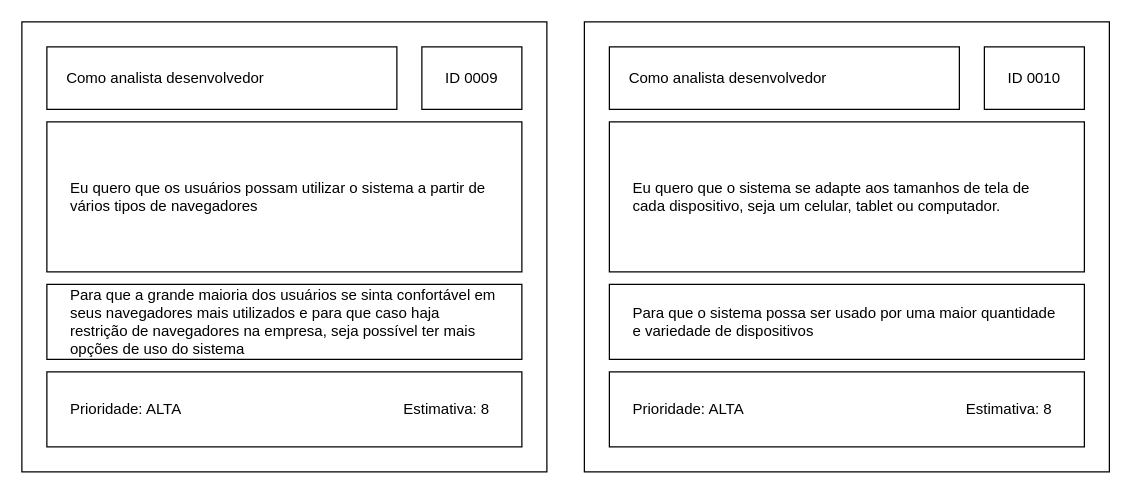
Earlier version of the draw.io diagram sigo-docs/Historias/ACESSIBILIDADE.drawio (Ramonrune/tcc-puc-minas-sigo). Source tidied: cells renumbered, new cells numbered last; positions are measured from the earlier drawing's top-left corner, leaving out a move shared by most shapes. Both pictures are drawn from the tidied source at 125%, with x=0, y=0 at pixel (21, 21).
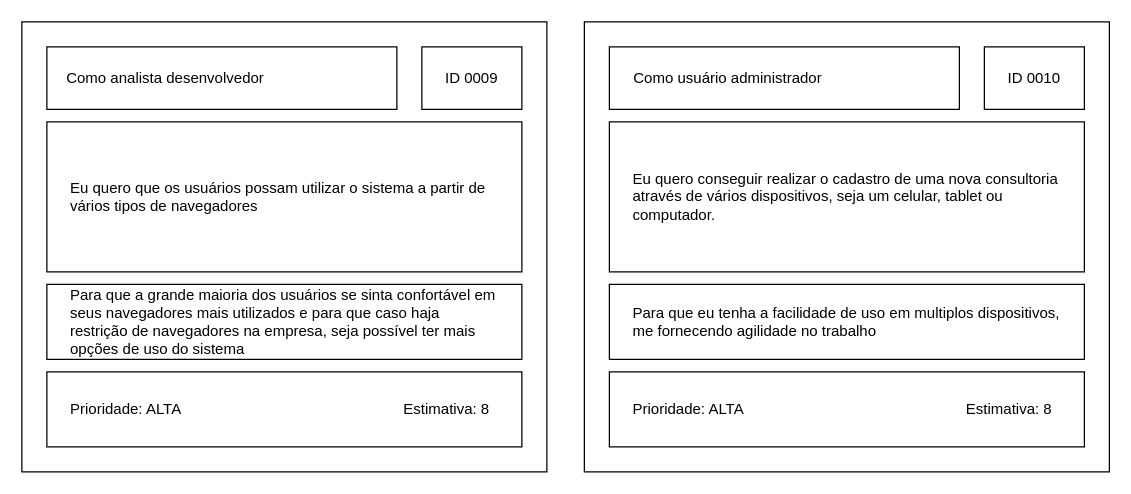
The same diagram, later.

Change to the diagram source:
```diff
@@
 <mxGraphModel>
   <root>
     <mxCell id="0" />
     <mxCell id="1" parent="0" />
     <mxCell id="2" style="rounded=0;whiteSpace=wrap;html=1;" parent="1" vertex="1">
       <mxGeometry width="420" height="360" as="geometry" />
     </mxCell>
     <mxCell id="3" style="rounded=0;whiteSpace=wrap;html=1;" parent="1" vertex="1">
       <mxGeometry x="20" y="20" width="280" height="50" as="geometry" />
     </mxCell>
     <mxCell id="4" style="rounded=0;whiteSpace=wrap;html=1;" parent="1" vertex="1">
       <mxGeometry x="320" y="20" width="80" height="50" as="geometry" />
     </mxCell>
     <mxCell id="5" value="Como analista desenvolvedor" style="text;html=1;strokeColor=none;fillColor=none;align=center;verticalAlign=middle;whiteSpace=wrap;rounded=0;" parent="1" vertex="1">
       <mxGeometry x="30" y="35" width="170" height="20" as="geometry" />
     </mxCell>
     <mxCell id="6" value="ID 0009" style="text;html=1;strokeColor=none;fillColor=none;align=center;verticalAlign=middle;whiteSpace=wrap;rounded=0;" parent="1" vertex="1">
       <mxGeometry x="330" y="35" width="60" height="20" as="geometry" />
     </mxCell>
     <mxCell id="7" value="Eu quero que os usuários possam utilizar o sistema a partir de vários tipos de navegadores" style="rounded=0;whiteSpace=wrap;html=1;align=left;spacingLeft=17;spacingRight=17;" parent="1" vertex="1">
       <mxGeometry x="20" y="80" width="380" height="120" as="geometry" />
     </mxCell>
     <mxCell id="8" value="Para que a grande maioria dos usuários se sinta confortável em seus navegadores mais utilizados e para que caso haja restrição de navegadores na empresa, seja possível ter mais opções de uso do sistema" style="rounded=0;whiteSpace=wrap;html=1;align=left;spacingLeft=17;spacingRight=17;" parent="1" vertex="1">
       <mxGeometry x="20" y="210" width="380" height="60" as="geometry" />
     </mxCell>
     <mxCell id="9" value="Prioridade: ALTA" style="rounded=0;whiteSpace=wrap;html=1;align=left;spacingLeft=17;spacingRight=17;" parent="1" vertex="1">
       <mxGeometry x="20" y="280" width="380" height="60" as="geometry" />
     </mxCell>
     <mxCell id="10" value="Estimativa: 8" style="text;html=1;strokeColor=none;fillColor=none;align=center;verticalAlign=middle;whiteSpace=wrap;rounded=0;" parent="1" vertex="1">
       <mxGeometry x="300" y="300" width="80" height="20" as="geometry" />
     </mxCell>
     <mxCell id="11" style="rounded=0;whiteSpace=wrap;html=1;" parent="1" vertex="1">
       <mxGeometry x="450" width="420" height="360" as="geometry" />
     </mxCell>
     <mxCell id="12" style="rounded=0;whiteSpace=wrap;html=1;" parent="1" vertex="1">
       <mxGeometry x="470" y="20" width="280" height="50" as="geometry" />
     </mxCell>
     <mxCell id="13" style="rounded=0;whiteSpace=wrap;html=1;" parent="1" vertex="1">
       <mxGeometry x="770" y="20" width="80" height="50" as="geometry" />
     </mxCell>
-    <mxCell id="14" value="Como analista desenvolvedor" style="text;html=1;strokeColor=none;fillColor=none;align=center;verticalAlign=middle;whiteSpace=wrap;rounded=0;" parent="1" vertex="1">
+    <mxCell id="14" value="Como usuário administrador" style="text;html=1;strokeColor=none;fillColor=none;align=center;verticalAlign=middle;whiteSpace=wrap;rounded=0;" parent="1" vertex="1">
       <mxGeometry x="480" y="35" width="170" height="20" as="geometry" />
     </mxCell>
     <mxCell id="15" value="ID 0010" style="text;html=1;strokeColor=none;fillColor=none;align=center;verticalAlign=middle;whiteSpace=wrap;rounded=0;" parent="1" vertex="1">
       <mxGeometry x="780" y="35" width="60" height="20" as="geometry" />
     </mxCell>
-    <mxCell id="16" value="Eu quero que o sistema se adapte aos tamanhos de tela de cada dispositivo, seja um celular, tablet ou computador." style="rounded=0;whiteSpace=wrap;html=1;align=left;spacingLeft=17;spacingRight=17;" parent="1" vertex="1">
+    <mxCell id="16" value="Eu quero conseguir realizar o cadastro de uma nova consultoria através de vários dispositivos, seja um celular, tablet ou computador." style="rounded=0;whiteSpace=wrap;html=1;align=left;spacingLeft=17;spacingRight=17;" parent="1" vertex="1">
       <mxGeometry x="470" y="80" width="380" height="120" as="geometry" />
     </mxCell>
-    <mxCell id="17" value="Para que o sistema possa ser usado por uma maior quantidade e variedade de dispositivos" style="rounded=0;whiteSpace=wrap;html=1;align=left;spacingLeft=17;spacingRight=17;" parent="1" vertex="1">
+    <mxCell id="17" value="Para que eu tenha a facilidade de uso em multiplos dispositivos, me fornecendo agilidade no trabalho" style="rounded=0;whiteSpace=wrap;html=1;align=left;spacingLeft=17;spacingRight=17;" parent="1" vertex="1">
       <mxGeometry x="470" y="210" width="380" height="60" as="geometry" />
     </mxCell>
     <mxCell id="18" value="Prioridade: ALTA" style="rounded=0;whiteSpace=wrap;html=1;align=left;spacingLeft=17;spacingRight=17;" parent="1" vertex="1">
       <mxGeometry x="470" y="280" width="380" height="60" as="geometry" />
     </mxCell>
     <mxCell id="19" value="Estimativa: 8" style="text;html=1;strokeColor=none;fillColor=none;align=center;verticalAlign=middle;whiteSpace=wrap;rounded=0;" parent="1" vertex="1">
       <mxGeometry x="750" y="300" width="80" height="20" as="geometry" />
     </mxCell>
   </root>
 </mxGraphModel>
```
